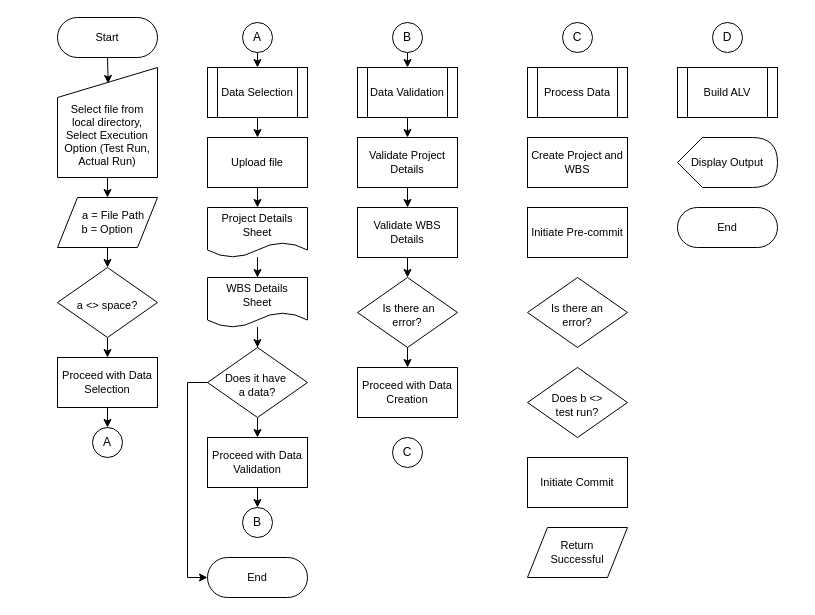
The draw.io diagram Project&WBS.drawio in ivanpilariza/assignment, before the edit. Source tidied: cells renumbered, new cells numbered last; positions are measured from the earlier drawing's top-left corner, leaving out a move shared by most shapes. Both pictures are drawn from the tidied source at 100%, with x=0, y=0 at pixel (57, 17).
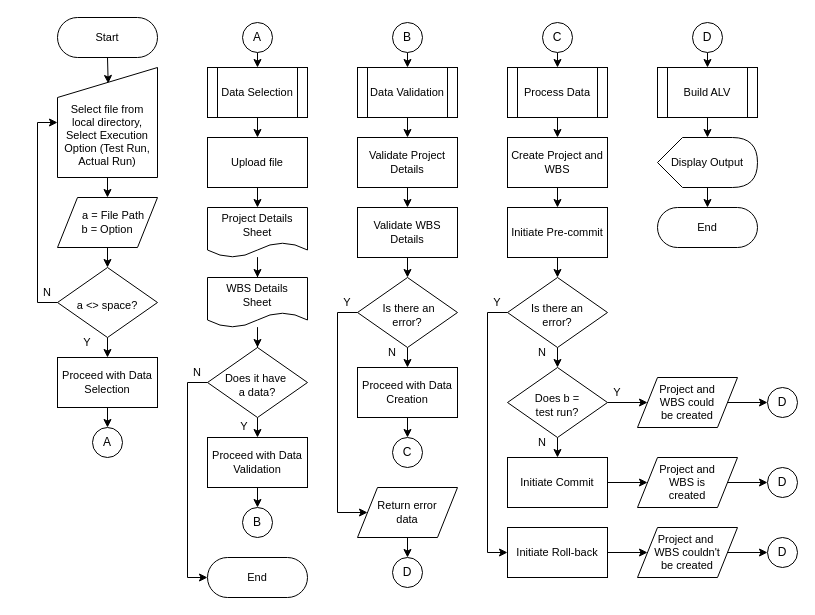
After the change.

Unchanged cells that the change refers to:
```xml
<mxCell id="10" value="&amp;nbsp;Is there an &lt;br&gt;error?" style="rhombus;whiteSpace=wrap;html=1;strokeWidth=1;fontSize=11;spacingTop=5;" parent="1" vertex="1">
  <mxGeometry x="300" y="260" width="100" height="70" as="geometry" />
</mxCell>
<mxCell id="18" value="&lt;br style=&quot;font-size: 11px;&quot;&gt;&lt;br style=&quot;font-size: 11px;&quot;&gt;Select file from local directory,&lt;br&gt;Select Execution Option (Test Run, Actual Run)" style="shape=manualInput;whiteSpace=wrap;html=1;fontSize=11;" parent="1" vertex="1">
  <mxGeometry y="50" width="100" height="110" as="geometry" />
</mxCell>
<mxCell id="22" value="a &amp;lt;&amp;gt; space?&lt;br&gt;" style="rhombus;whiteSpace=wrap;html=1;strokeWidth=1;fontSize=11;spacingTop=5;" parent="1" vertex="1">
  <mxGeometry y="250" width="100" height="70" as="geometry" />
</mxCell>
<mxCell id="41" value="Proceed with Data Creation" style="whiteSpace=wrap;html=1;strokeWidth=1;fontSize=11;" parent="1" vertex="1">
  <mxGeometry x="300" y="350" width="100" height="50" as="geometry" />
</mxCell>
<mxCell id="42" value="C" style="ellipse;whiteSpace=wrap;html=1;" parent="1" vertex="1">
  <mxGeometry x="335" y="420" width="30" height="30" as="geometry" />
</mxCell>
```

What changed in the source:
```diff
@@
+    <mxCell id="54" style="edgeStyle=orthogonalEdgeStyle;rounded=0;jettySize=auto;html=1;exitX=0.5;exitY=1;exitDx=0;exitDy=0;entryX=0.5;entryY=0;entryDx=0;entryDy=0;" parent="1" edge="1" source="6" target="46">
+      <mxGeometry relative="1" as="geometry" />
+    </mxCell>
+    <mxCell id="55" style="edgeStyle=orthogonalEdgeStyle;rounded=0;jettySize=auto;html=1;exitX=0;exitY=0.5;exitDx=0;exitDy=0;entryX=0;entryY=0.5;entryDx=0;entryDy=0;" parent="1" edge="1" source="6" target="80">
+      <mxGeometry relative="1" as="geometry" />
+    </mxCell>
     <mxCell id="6" value="&amp;nbsp;Is there an&amp;nbsp;&lt;br&gt;error?" style="rhombus;whiteSpace=wrap;html=1;strokeWidth=1;fontSize=11;spacingTop=5;" parent="1" vertex="1">
-      <mxGeometry x="470" y="260" width="100" height="70" as="geometry" />
+      <mxGeometry x="450" y="260" width="100" height="70" as="geometry" />
     </mxCell>
@@
+    <mxCell id="56" style="edgeStyle=orthogonalEdgeStyle;rounded=0;jettySize=auto;html=1;exitX=0;exitY=0.5;exitDx=0;exitDy=0;entryX=0;entryY=0.5;entryDx=0;entryDy=0;" parent="1" edge="1" source="10" target="71">
+      <mxGeometry relative="1" as="geometry">
+        <Array as="points">
+          <mxPoint x="280" y="295" />
+          <mxPoint x="280" y="495" />
+        </Array>
+      </mxGeometry>
+    </mxCell>
@@
+    <mxCell id="57" style="edgeStyle=orthogonalEdgeStyle;rounded=0;jettySize=auto;html=1;exitX=0.5;exitY=1;exitDx=0;exitDy=0;entryX=0.5;entryY=0;entryDx=0;entryDy=0;" parent="1" edge="1" source="16" target="45">
+      <mxGeometry relative="1" as="geometry" />
+    </mxCell>
     <mxCell id="16" value="Create Project and WBS" style="whiteSpace=wrap;html=1;strokeWidth=1;fontSize=11;" parent="1" vertex="1">
-      <mxGeometry x="470" y="120" width="100" height="50" as="geometry" />
+      <mxGeometry x="450" y="120" width="100" height="50" as="geometry" />
     </mxCell>
@@
+    <mxCell id="58" style="edgeStyle=orthogonalEdgeStyle;rounded=0;jettySize=auto;html=1;exitX=0;exitY=0.5;exitDx=0;exitDy=0;entryX=0;entryY=0.5;entryDx=0;entryDy=0;" parent="1" edge="1" source="22" target="18">
+      <mxGeometry relative="1" as="geometry" />
+    </mxCell>
@@
+    <mxCell id="59" style="edgeStyle=orthogonalEdgeStyle;rounded=0;jettySize=auto;html=1;exitX=0.5;exitY=1;exitDx=0;exitDy=0;entryX=0.5;entryY=0;entryDx=0;entryDy=0;" parent="1" edge="1" source="41" target="42">
+      <mxGeometry relative="1" as="geometry" />
+    </mxCell>
@@
+    <mxCell id="60" style="edgeStyle=orthogonalEdgeStyle;rounded=0;jettySize=auto;html=1;exitX=0.5;exitY=1;exitDx=0;exitDy=0;entryX=0.5;entryY=0;entryDx=0;entryDy=0;" parent="1" edge="1" source="43" target="44">
+      <mxGeometry relative="1" as="geometry" />
+    </mxCell>
     <mxCell id="43" value="C" style="ellipse;whiteSpace=wrap;html=1;" parent="1" vertex="1">
-      <mxGeometry x="505" y="5" width="30" height="30" as="geometry" />
+      <mxGeometry x="485" y="5" width="30" height="30" as="geometry" />
     </mxCell>
+    <mxCell id="61" style="edgeStyle=orthogonalEdgeStyle;rounded=0;jettySize=auto;html=1;exitX=0.5;exitY=1;exitDx=0;exitDy=0;entryX=0.5;entryY=0;entryDx=0;entryDy=0;" parent="1" edge="1" source="44" target="16">
+      <mxGeometry relative="1" as="geometry" />
+    </mxCell>
     <mxCell id="44" value="Process Data" style="shape=process;whiteSpace=wrap;html=1;backgroundOutline=1;fontSize=11;" parent="1" vertex="1">
-      <mxGeometry x="470" y="50" width="100" height="50" as="geometry" />
+      <mxGeometry x="450" y="50" width="100" height="50" as="geometry" />
     </mxCell>
+    <mxCell id="62" style="edgeStyle=orthogonalEdgeStyle;rounded=0;jettySize=auto;html=1;exitX=0.5;exitY=1;exitDx=0;exitDy=0;entryX=0.5;entryY=0;entryDx=0;entryDy=0;" parent="1" edge="1" source="45" target="6">
+      <mxGeometry relative="1" as="geometry" />
+    </mxCell>
     <mxCell id="45" value="Initiate Pre-commit" style="whiteSpace=wrap;html=1;strokeWidth=1;fontSize=11;" parent="1" vertex="1">
-      <mxGeometry x="470" y="190" width="100" height="50" as="geometry" />
+      <mxGeometry x="450" y="190" width="100" height="50" as="geometry" />
     </mxCell>
+    <mxCell id="63" style="edgeStyle=orthogonalEdgeStyle;rounded=0;jettySize=auto;html=1;exitX=0.5;exitY=1;exitDx=0;exitDy=0;entryX=0.5;entryY=0;entryDx=0;entryDy=0;" parent="1" edge="1" source="46" target="47">
+      <mxGeometry relative="1" as="geometry" />
+    </mxCell>
+    <mxCell id="64" style="edgeStyle=orthogonalEdgeStyle;rounded=0;jettySize=auto;html=1;exitX=1;exitY=0.5;exitDx=0;exitDy=0;entryX=0;entryY=0.5;entryDx=0;entryDy=0;" parent="1" edge="1" source="46" target="84">
+      <mxGeometry relative="1" as="geometry" />
+    </mxCell>
-    <mxCell id="46" value="Does b &amp;lt;&amp;gt;&lt;br&gt;test run?" style="rhombus;whiteSpace=wrap;html=1;strokeWidth=1;fontSize=11;spacingTop=5;" parent="1" vertex="1">
-      <mxGeometry x="470" y="350" width="100" height="70" as="geometry" />
+    <mxCell id="46" value="Does b =&lt;br&gt;test run?" style="rhombus;whiteSpace=wrap;html=1;strokeWidth=1;fontSize=11;spacingTop=5;" parent="1" vertex="1">
+      <mxGeometry x="450" y="350" width="100" height="70" as="geometry" />
     </mxCell>
+    <mxCell id="65" style="edgeStyle=orthogonalEdgeStyle;rounded=0;jettySize=auto;html=1;exitX=1;exitY=0.5;exitDx=0;exitDy=0;entryX=0;entryY=0.5;entryDx=0;entryDy=0;" parent="1" edge="1" source="47" target="52">
+      <mxGeometry relative="1" as="geometry" />
+    </mxCell>
     <mxCell id="47" value="Initiate Commit" style="whiteSpace=wrap;html=1;strokeWidth=1;fontSize=11;" parent="1" vertex="1">
-      <mxGeometry x="470" y="440" width="100" height="50" as="geometry" />
+      <mxGeometry x="450" y="440" width="100" height="50" as="geometry" />
     </mxCell>
+    <mxCell id="66" style="edgeStyle=orthogonalEdgeStyle;rounded=0;jettySize=auto;html=1;exitX=0.5;exitY=1;exitDx=0;exitDy=0;entryX=0.5;entryY=0;entryDx=0;entryDy=0;" parent="1" edge="1" source="48" target="49">
+      <mxGeometry relative="1" as="geometry" />
+    </mxCell>
     <mxCell id="48" value="D" style="ellipse;whiteSpace=wrap;html=1;" parent="1" vertex="1">
-      <mxGeometry x="655" y="5" width="30" height="30" as="geometry" />
+      <mxGeometry x="635" y="5" width="30" height="30" as="geometry" />
     </mxCell>
+    <mxCell id="67" style="edgeStyle=orthogonalEdgeStyle;rounded=0;jettySize=auto;html=1;exitX=0.5;exitY=1;exitDx=0;exitDy=0;entryX=0;entryY=0;entryDx=50;entryDy=0;entryPerimeter=0;" parent="1" edge="1" source="49" target="51">
+      <mxGeometry relative="1" as="geometry" />
+    </mxCell>
     <mxCell id="49" value="Build ALV" style="shape=process;whiteSpace=wrap;html=1;backgroundOutline=1;fontSize=11;" parent="1" vertex="1">
-      <mxGeometry x="620" y="50" width="100" height="50" as="geometry" />
+      <mxGeometry x="600" y="50" width="100" height="50" as="geometry" />
     </mxCell>
     <mxCell id="50" value="End" style="html=1;dashed=0;whiteSpace=wrap;shape=mxgraph.dfd.start;fontSize=11;" parent="1" vertex="1">
-      <mxGeometry x="620" y="190" width="100" height="40" as="geometry" />
+      <mxGeometry x="600" y="190" width="100" height="40" as="geometry" />
     </mxCell>
+    <mxCell id="68" style="edgeStyle=orthogonalEdgeStyle;rounded=0;jettySize=auto;html=1;exitX=0;exitY=0;exitDx=50;exitDy=50;exitPerimeter=0;entryX=0.5;entryY=0.5;entryDx=0;entryDy=-20;entryPerimeter=0;" parent="1" edge="1" source="51" target="50">
+      <mxGeometry relative="1" as="geometry" />
+    </mxCell>
     <mxCell id="51" value="Display Output" style="shape=display;whiteSpace=wrap;html=1;fontSize=11;" parent="1" vertex="1">
-      <mxGeometry x="620" y="120" width="100" height="50" as="geometry" />
+      <mxGeometry x="600" y="120" width="100" height="50" as="geometry" />
     </mxCell>
+    <mxCell id="69" style="edgeStyle=orthogonalEdgeStyle;rounded=0;jettySize=auto;html=1;exitX=1;exitY=0.5;exitDx=0;exitDy=0;entryX=0;entryY=0.5;entryDx=0;entryDy=0;" parent="1" edge="1" source="52" target="90">
+      <mxGeometry relative="1" as="geometry" />
+    </mxCell>
-    <mxCell id="52" value="Return &lt;br&gt;Successful" style="shape=parallelogram;perimeter=parallelogramPerimeter;whiteSpace=wrap;html=1;fixedSize=1;fontSize=11;" parent="1" vertex="1">
-      <mxGeometry x="470" y="510" width="100" height="50" as="geometry" />
+    <mxCell id="52" value="Project and&lt;br&gt;WBS is&lt;br&gt;created" style="shape=parallelogram;perimeter=parallelogramPerimeter;whiteSpace=wrap;html=1;fixedSize=1;fontSize=11;" parent="1" vertex="1">
+      <mxGeometry x="580" y="440" width="100" height="50" as="geometry" />
     </mxCell>
@@
+    <mxCell id="70" style="edgeStyle=orthogonalEdgeStyle;rounded=0;jettySize=auto;html=1;exitX=0.5;exitY=1;exitDx=0;exitDy=0;entryX=0.5;entryY=0;entryDx=0;entryDy=0;" parent="1" edge="1" source="71" target="76">
+      <mxGeometry relative="1" as="geometry" />
+    </mxCell>
+    <mxCell id="71" value="Return error&lt;br&gt;data" style="shape=parallelogram;perimeter=parallelogramPerimeter;whiteSpace=wrap;html=1;fixedSize=1;fontSize=11;" parent="1" vertex="1">
+      <mxGeometry x="300" y="470" width="100" height="50" as="geometry" />
+    </mxCell>
+    <mxCell id="72" value="N" style="text;strokeColor=none;align=center;fillColor=none;html=1;verticalAlign=middle;whiteSpace=wrap;rounded=0;fontSize=11;" parent="1" vertex="1">
+      <mxGeometry x="110" y="340" width="60" height="30" as="geometry" />
+    </mxCell>
+    <mxCell id="73" value="Y" style="text;strokeColor=none;align=center;fillColor=none;html=1;verticalAlign=middle;whiteSpace=wrap;rounded=0;fontSize=11;" parent="1" vertex="1">
+      <mxGeometry x="157" y="394" width="60" height="30" as="geometry" />
+    </mxCell>
+    <mxCell id="74" value="Y" style="text;strokeColor=none;align=center;fillColor=none;html=1;verticalAlign=middle;whiteSpace=wrap;rounded=0;fontSize=11;" parent="1" vertex="1">
+      <mxGeometry y="310" width="60" height="30" as="geometry" />
+    </mxCell>
+    <mxCell id="75" value="N" style="text;strokeColor=none;align=center;fillColor=none;html=1;verticalAlign=middle;whiteSpace=wrap;rounded=0;fontSize=11;" parent="1" vertex="1">
+      <mxGeometry x="-40" y="260" width="60" height="30" as="geometry" />
+    </mxCell>
+    <mxCell id="76" value="D" style="ellipse;whiteSpace=wrap;html=1;" parent="1" vertex="1">
+      <mxGeometry x="335" y="540" width="30" height="30" as="geometry" />
+    </mxCell>
+    <mxCell id="77" value="N" style="text;strokeColor=none;align=center;fillColor=none;html=1;verticalAlign=middle;whiteSpace=wrap;rounded=0;fontSize=11;" parent="1" vertex="1">
+      <mxGeometry x="305" y="320" width="60" height="30" as="geometry" />
+    </mxCell>
+    <mxCell id="78" value="Y" style="text;strokeColor=none;align=center;fillColor=none;html=1;verticalAlign=middle;whiteSpace=wrap;rounded=0;fontSize=11;" parent="1" vertex="1">
+      <mxGeometry x="260" y="270" width="60" height="30" as="geometry" />
+    </mxCell>
+    <mxCell id="79" style="edgeStyle=orthogonalEdgeStyle;rounded=0;jettySize=auto;html=1;exitX=1;exitY=0.5;exitDx=0;exitDy=0;entryX=0;entryY=0.5;entryDx=0;entryDy=0;" parent="1" edge="1" source="80" target="82">
+      <mxGeometry relative="1" as="geometry" />
+    </mxCell>
+    <mxCell id="80" value="Initiate Roll-back" style="whiteSpace=wrap;html=1;strokeWidth=1;fontSize=11;" parent="1" vertex="1">
+      <mxGeometry x="450" y="510" width="100" height="50" as="geometry" />
+    </mxCell>
+    <mxCell id="81" style="edgeStyle=orthogonalEdgeStyle;rounded=0;jettySize=auto;html=1;exitX=1;exitY=0.5;exitDx=0;exitDy=0;entryX=0;entryY=0.5;entryDx=0;entryDy=0;" parent="1" edge="1" source="82" target="91">
+      <mxGeometry relative="1" as="geometry" />
+    </mxCell>
+    <mxCell id="82" value="Project and&amp;nbsp;&lt;br&gt;WBS couldn't&lt;br&gt;be created" style="shape=parallelogram;perimeter=parallelogramPerimeter;whiteSpace=wrap;html=1;fixedSize=1;fontSize=11;" parent="1" vertex="1">
+      <mxGeometry x="580" y="510" width="100" height="50" as="geometry" />
+    </mxCell>
+    <mxCell id="83" style="edgeStyle=orthogonalEdgeStyle;rounded=0;jettySize=auto;html=1;exitX=1;exitY=0.5;exitDx=0;exitDy=0;entryX=0;entryY=0.5;entryDx=0;entryDy=0;" parent="1" edge="1" source="84" target="89">
+      <mxGeometry relative="1" as="geometry" />
+    </mxCell>
+    <mxCell id="84" value="Project and&lt;br&gt;WBS could&lt;br&gt;be created" style="shape=parallelogram;perimeter=parallelogramPerimeter;whiteSpace=wrap;html=1;fixedSize=1;fontSize=11;" parent="1" vertex="1">
+      <mxGeometry x="580" y="360" width="100" height="50" as="geometry" />
+    </mxCell>
+    <mxCell id="85" value="Y" style="text;strokeColor=none;align=center;fillColor=none;html=1;verticalAlign=middle;whiteSpace=wrap;rounded=0;fontSize=11;" parent="1" vertex="1">
+      <mxGeometry x="410" y="270" width="60" height="30" as="geometry" />
+    </mxCell>
+    <mxCell id="86" value="N" style="text;strokeColor=none;align=center;fillColor=none;html=1;verticalAlign=middle;whiteSpace=wrap;rounded=0;fontSize=11;" parent="1" vertex="1">
+      <mxGeometry x="455" y="320" width="60" height="30" as="geometry" />
+    </mxCell>
+    <mxCell id="87" value="Y" style="text;strokeColor=none;align=center;fillColor=none;html=1;verticalAlign=middle;whiteSpace=wrap;rounded=0;fontSize=11;" parent="1" vertex="1">
+      <mxGeometry x="530" y="360" width="60" height="30" as="geometry" />
+    </mxCell>
+    <mxCell id="88" value="N" style="text;strokeColor=none;align=center;fillColor=none;html=1;verticalAlign=middle;whiteSpace=wrap;rounded=0;fontSize=11;" parent="1" vertex="1">
+      <mxGeometry x="455" y="410" width="60" height="30" as="geometry" />
+    </mxCell>
+    <mxCell id="89" value="D" style="ellipse;whiteSpace=wrap;html=1;" parent="1" vertex="1">
+      <mxGeometry x="710" y="370" width="30" height="30" as="geometry" />
+    </mxCell>
+    <mxCell id="90" value="D" style="ellipse;whiteSpace=wrap;html=1;" parent="1" vertex="1">
+      <mxGeometry x="710" y="450" width="30" height="30" as="geometry" />
+    </mxCell>
+    <mxCell id="91" value="D" style="ellipse;whiteSpace=wrap;html=1;" parent="1" vertex="1">
+      <mxGeometry x="710" y="520" width="30" height="30" as="geometry" />
+    </mxCell>
```
